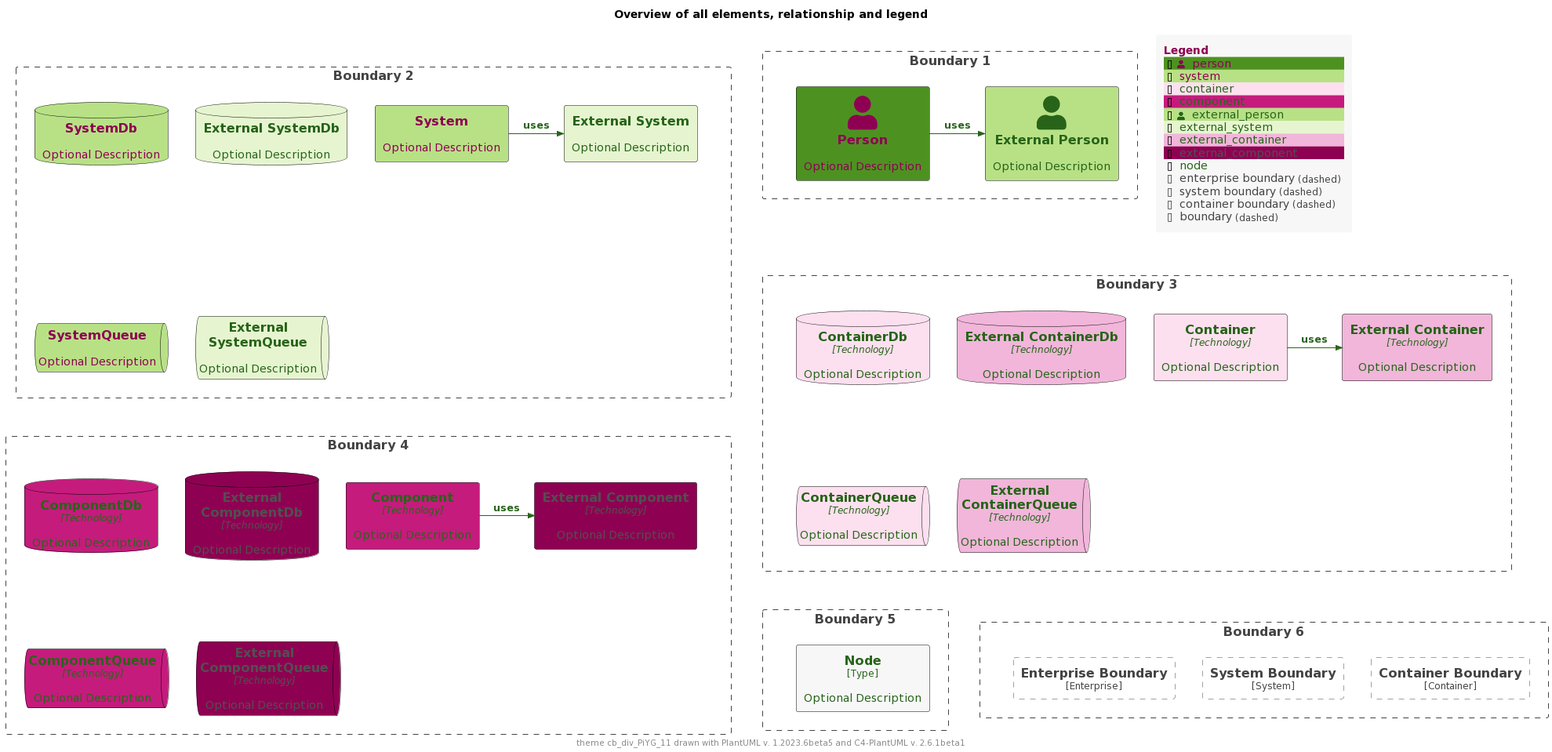
mweagle/C4-PlantUML-Themes keeps this PlantUML diagram as palettes/puml-theme-cb_div_PiYG_11-example.png. Above is the earlier version.
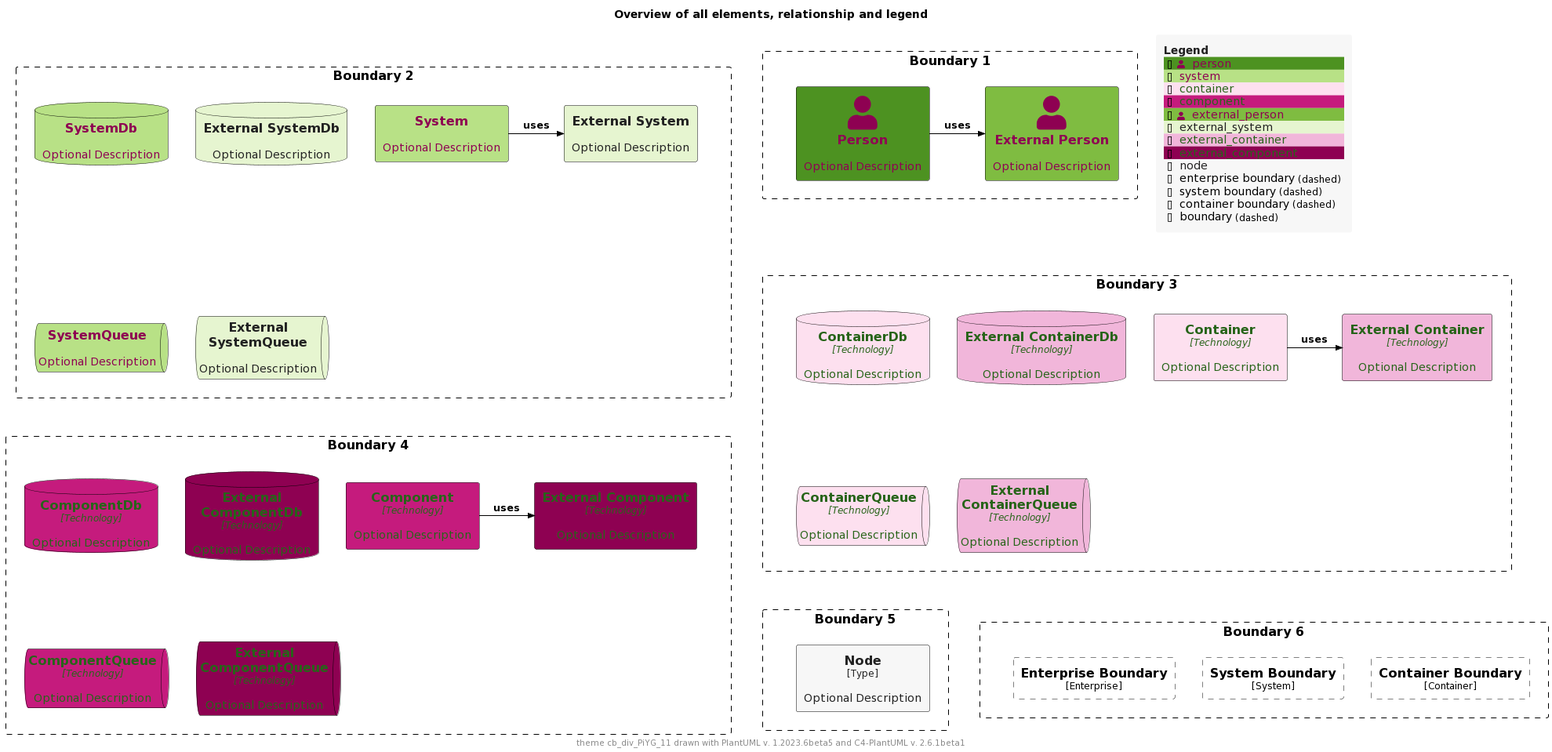
The same file after the commit.

What changed in the source:
```diff
@@ -2,16 +2,16 @@
 !$THEME = "cb_div_PiYG_11"
 
 !function $textcolor($bgColor)
-!if $bgcolor == $COLOR_INDEX_4 || $bgcolor == $COLOR_INDEX_5
+!if $bgColor == $COLOR_INDEX_0 || $bgColor == $COLOR_INDEX_1 || $bgColor == $COLOR_INDEX_2 || $bgColor == $COLOR_INDEX_3 || $bgColor == $COLOR_INDEX_4
+!return $COLOR_INDEX_10
+!elseif $bgColor == $COLOR_INDEX_7 || $bgColor == $COLOR_INDEX_8 || $bgColor == $COLOR_INDEX_9 || $bgColor == $COLOR_INDEX_10
+!return $COLOR_INDEX_0
+!elseif %is_light($bgColor)
+!return "#222222"
+!elseif %is_dark($bgColor)
+!return "#dddddd"
+!else
 !return $COLOR_TEXT_FALLBACK_COLOR
-!elseif $bgColor == $COLOR_INDEX_10
-!return $COLOR_TEXT_FALLBACK_COLOR
-!elseif $bgColor == $COLOR_INDEX_0
-!return $COLOR_TEXT_FALLBACK_COLOR
-!elseif %is_light($bgColor)
-!return $COLOR_TEXT_DARK
-!else
-!return $COLOR_TEXT_LIGHT
 !endif
 !endfunction
 
@@ -28,42 +28,40 @@
 !$COLOR_INDEX_10="#276419"
 !$COLOR_BORDER_COLOR="#000000"
 
-!$COLOR_REL_COLOR="#276419"
-
 !$COLOR_TEXT_LIGHT=$COLOR_INDEX_0
 !$COLOR_TEXT_DARK=$COLOR_INDEX_10
 !$COLOR_TEXT_NEUTRAL=$textcolor($COLOR_INDEX_5)
-!$COLOR_REL_COLOR=$textcolor($COLOR_INDEX_0)
+!$COLOR_REL_COLOR=$textcolor($COLOR_INDEX_10)
 
-!$COLOR_TEXT_FALLBACK_COLOR ?= "#505050"
+!$COLOR_TEXT_FALLBACK_COLOR ?= "#000000"
 
 !$STEREOTYPE_FONT_SIZE ?= 12
 !$TECHN_FONT_SIZE ?= 12
 
-!$ELEMENT_FONT_COLOR ?= $COLOR_TEXT_NEUTRAL
+!$ELEMENT_FONT_COLOR ?= $COLOR_TEXT_FALLBACK_COLOR
 
-!$ARROW_COLOR ?= $COLOR_TEXT_NEUTRAL
-!$ARROW_FONT_COLOR ?= $COLOR_TEXT_NEUTRAL
+!$ARROW_COLOR ?= $COLOR_TEXT_FALLBACK_COLOR
+!$ARROW_FONT_COLOR ?= $COLOR_TEXT_FALLBACK_COLOR
 !$ARROW_FONT_SIZE ?= 12
 
-!$BOUNDARY_COLOR ?= "#444444"
+!$BOUNDARY_COLOR ?= $COLOR_BORDER_COLOR
 !$BOUNDARY_BG_COLOR ?= "transparent"
 !$BOUNDARY_BORDER_STYLE ?= "dashed"
 
-!$PERSON_FONT_COLOR ?= $textcolor($COLOR_INDEX_9)
 !$PERSON_BG_COLOR ?= $COLOR_INDEX_9
+!$PERSON_FONT_COLOR ?= $textcolor($PERSON_BG_COLOR)
 !$PERSON_BORDER_COLOR ?= $COLOR_BORDER_COLOR
 
-!$EXTERNAL_PERSON_FONT_COLOR ?= $textcolor($COLOR_INDEX_7)
-!$EXTERNAL_PERSON_BG_COLOR ?= $COLOR_INDEX_7
+!$EXTERNAL_PERSON_BG_COLOR ?= $COLOR_INDEX_8
+!$EXTERNAL_PERSON_FONT_COLOR ?= $textcolor($EXTERNAL_PERSON_BG_COLOR)
 !$EXTERNAL_PERSON_BORDER_COLOR ?= $COLOR_BORDER_COLOR
 
-!$SYSTEM_FONT_COLOR ?= $COLOR_TEXT_LIGHT
 !$SYSTEM_BG_COLOR ?= $COLOR_INDEX_7
+!$SYSTEM_FONT_COLOR ?= $textcolor($SYSTEM_BG_COLOR)
 !$SYSTEM_BORDER_COLOR ?= $COLOR_BORDER_COLOR
 
-!$EXTERNAL_SYSTEM_FONT_COLOR ?= $textcolor($COLOR_INDEX_6)
 !$EXTERNAL_SYSTEM_BG_COLOR ?= $COLOR_INDEX_6
+!$EXTERNAL_SYSTEM_FONT_COLOR ?= $textcolor($EXTERNAL_SYSTEM_BG_COLOR)
 !$EXTERNAL_SYSTEM_BORDER_COLOR ?= $COLOR_BORDER_COLOR
 
 !$SYSTEM_BOUNDARY_COLOR ?= $BOUNDARY_COLOR
@@ -74,31 +72,31 @@
 !$ENTERPRISE_BOUNDARY_BG_COLOR ?= $BOUNDARY_BG_COLOR
 !$ENTERPRISE_BOUNDARY_BORDER_STYLE ?= $BOUNDARY_BORDER_STYLE
 
-!$CONTAINER_FONT_COLOR ?= $COLOR_TEXT_DARK
 !$CONTAINER_BG_COLOR ?= $COLOR_INDEX_4
+!$CONTAINER_FONT_COLOR ?= $textcolor($CONTAINER_BG_COLOR)
 !$CONTAINER_BORDER_COLOR ?= $COLOR_BORDER_COLOR
 
-!$EXTERNAL_CONTAINER_FONT_COLOR ?= $textcolor($COLOR_INDEX_3)
 !$EXTERNAL_CONTAINER_BG_COLOR ?= $COLOR_INDEX_3
+!$EXTERNAL_CONTAINER_FONT_COLOR ?= $textcolor($EXTERNAL_CONTAINER_BG_COLOR)
 !$EXTERNAL_CONTAINER_BORDER_COLOR ?= $COLOR_BORDER_COLOR
 
 !$CONTAINER_BOUNDARY_COLOR ?= $BOUNDARY_COLOR
 !$CONTAINER_BOUNDARY_BG_COLOR ?= $BOUNDARY_BG_COLOR
 !$CONTAINER_BOUNDARY_BORDER_STYLE ?= $BOUNDARY_BORDER_STYLE
 
-!$COMPONENT_FONT_COLOR ?= $COLOR_TEXT_DARK
 !$COMPONENT_BG_COLOR ?= $COLOR_INDEX_1
+!$COMPONENT_FONT_COLOR ?= $textcolor($COMPONENT_BG_COLOR)
 !$COMPONENT_BORDER_COLOR ?= $COLOR_BORDER_COLOR
 
-!$EXTERNAL_COMPONENT_FONT_COLOR ?= $textcolor($COLOR_INDEX_0)
 !$EXTERNAL_COMPONENT_BG_COLOR ?= $COLOR_INDEX_0
+!$EXTERNAL_COMPONENT_FONT_COLOR ?= $textcolor($EXTERNAL_COMPONENT_BG_COLOR)
 !$EXTERNAL_COMPONENT_BORDER_COLOR ?= $COLOR_BORDER_COLOR
 
-!$NODE_FONT_COLOR ?= $textcolor($COLOR_INDEX_5)
 !$NODE_BG_COLOR ?= $COLOR_INDEX_5
+!$NODE_FONT_COLOR ?= $textcolor($NODE_BG_COLOR)
 !$NODE_BORDER_COLOR ?= $COLOR_BORDER_COLOR
 
-!$LEGEND_TITLE_COLOR ?= $COLOR_INDEX_0
+!$LEGEND_TITLE_COLOR ?= $textcolor($COLOR_INDEX_5)
 !$LEGEND_FONT_COLOR ?= $textcolor($COLOR_INDEX_5)
 !$LEGEND_BG_COLOR ?= $COLOR_INDEX_5
 !$LEGEND_BORDER_COLOR ?= $COLOR_INDEX_5
@@ -125,8 +123,8 @@
 !$LEGEND_DASHED_TRANSPARENT_BOUNDARY ?= "dashed"
 
 !$SKETCH_BG_COLOR ?= "transparent"
-!$SKETCH_FONT_COLOR ?= $COLOR_INDEX_NEUTRAL
-!$SKETCH_WARNING_COLOR ?= $COLOR_INDEX_10
+!$SKETCH_FONT_COLOR ?= $COLOR_INDEX_10
+!$SKETCH_WARNING_COLOR ?= $COLOR_INDEX_0
 
 !$SKETCH_FONT_NAME ?= "Gochi Hand"
 
@@ -135,5 +133,84 @@
 
 !$ROUNDED_BOX_SIZE ?= 25
 !$EIGHT_SIDED_SIZE ?= 18
-!include https://raw.githubusercontent.com/plantuml-stdlib/C4-PlantUML/master/percy/TestAllElementsWithLegend.puml
+
+
+!if %variable_exists("RELATIVE_INCLUDE")
+  !include %get_variable_value("RELATIVE_INCLUDE")/C4_Component.puml
+  !include %get_variable_value("RELATIVE_INCLUDE")/C4_Deployment.puml
+!else
+  !include https://raw.githubusercontent.com/plantuml-stdlib/C4-PlantUML/master/C4_Component.puml
+  !include https://raw.githubusercontent.com/plantuml-stdlib/C4-PlantUML/master/C4_Deployment.puml
+!endif
+
+SetDefaultLegendEntries("person\nsystem\ncontainer\ncomponent\nexternal_person\nexternal_system\nexternal_container\nexternal_component\nnode\nenterprise_boundary\nsystem_boundary\ncontainer_boundary\nboundary")
+
+title Overview of all elements, relationship and legend
+
+footer theme $THEME drawn with PlantUML v. %version() and C4-PlantUML v. C4Version()
+
+Boundary(b2, "Boundary 2") {
+  System(system, "System", "Optional Description")
+  System_Ext(externalSystem, "External System", "Optional Description")
+  Rel_R(system, externalSystem, "uses")
+
+  SystemDb(systemDb, "SystemDb", "Optional Description")
+  SystemDb_Ext(externalSystemDb, "External SystemDb", "Optional Description")
+  SystemQueue(systemQueue, "SystemQueue", "Optional Description")
+  SystemQueue_Ext(externalSystemQueue, "External SystemQueue", "Optional Description")
+}
+
+Boundary(b1, "Boundary 1") {
+  Person(person, "Person", "Optional Description")
+  Person_Ext(externalPerson, "External Person", "Optional Description")
+  Rel_R(person, externalPerson, "uses")
+}
+
+Boundary(b3, "Boundary 3") {
+  Container(container, "Container", "Technology", "Optional Description")
+  Container_Ext(externalContainer, "External Container", "Technology", "Optional Description")
+  Rel_R(container, externalContainer, "uses")
+
+  ContainerDb(containerDb, "ContainerDb", "Technology", "Optional Description")
+  ContainerDb_Ext(externalContainerDb, "External ContainerDb", "Technology", "Optional Description")
+  ContainerQueue(containerQueue, "ContainerQueue", "Technology", "Optional Description")
+  ContainerQueue_Ext(externalContainerQueue, "External ContainerQueue", "Technology", "Optional Description")
+}
+
+Boundary(b4, "Boundary 4") {
+  Component(component, "Component", "Technology", "Optional Description")
+  Component_Ext(externalComponent, "External Component", "Technology", "Optional Description")
+  Rel_R(component, externalComponent, "uses")
+
+  ComponentDb(componentDb, "ComponentDb", "Technology", "Optional Description")
+  ComponentDb_Ext(externalComponentDb, "External ComponentDb", "Technology", "Optional Description")
+  ComponentQueue(componentQueue, "ComponentQueue", "Technology", "Optional Description")
+  ComponentQueue_Ext(externalComponentQueue, "External ComponentQueue", "Technology", "Optional Description")
+}
+
+Boundary(b5, "Boundary 5") {
+  Node(node, "Node", "Type", "Optional Description")
+}
+
+Boundary(b6, "Boundary 6") {
+  Enterprise_Boundary(eb, "Enterprise Boundary") {
+  }
+
+  System_Boundary(sb, "System Boundary") {
+  }
+
+  Container_Boundary(cb, "Container Boundary") {
+  }
+
+  Lay_R(eb,sb)
+  Lay_R(sb,cb)
+}
+
+Lay_D(b2,b3)
+Lay_R(b2,b1)
+Lay_D(b3,b4)
+Lay_D(b4,b5)
+Lay_R(b5,b6)
+
+SHOW_FLOATING_LEGEND()
 @enduml
```
